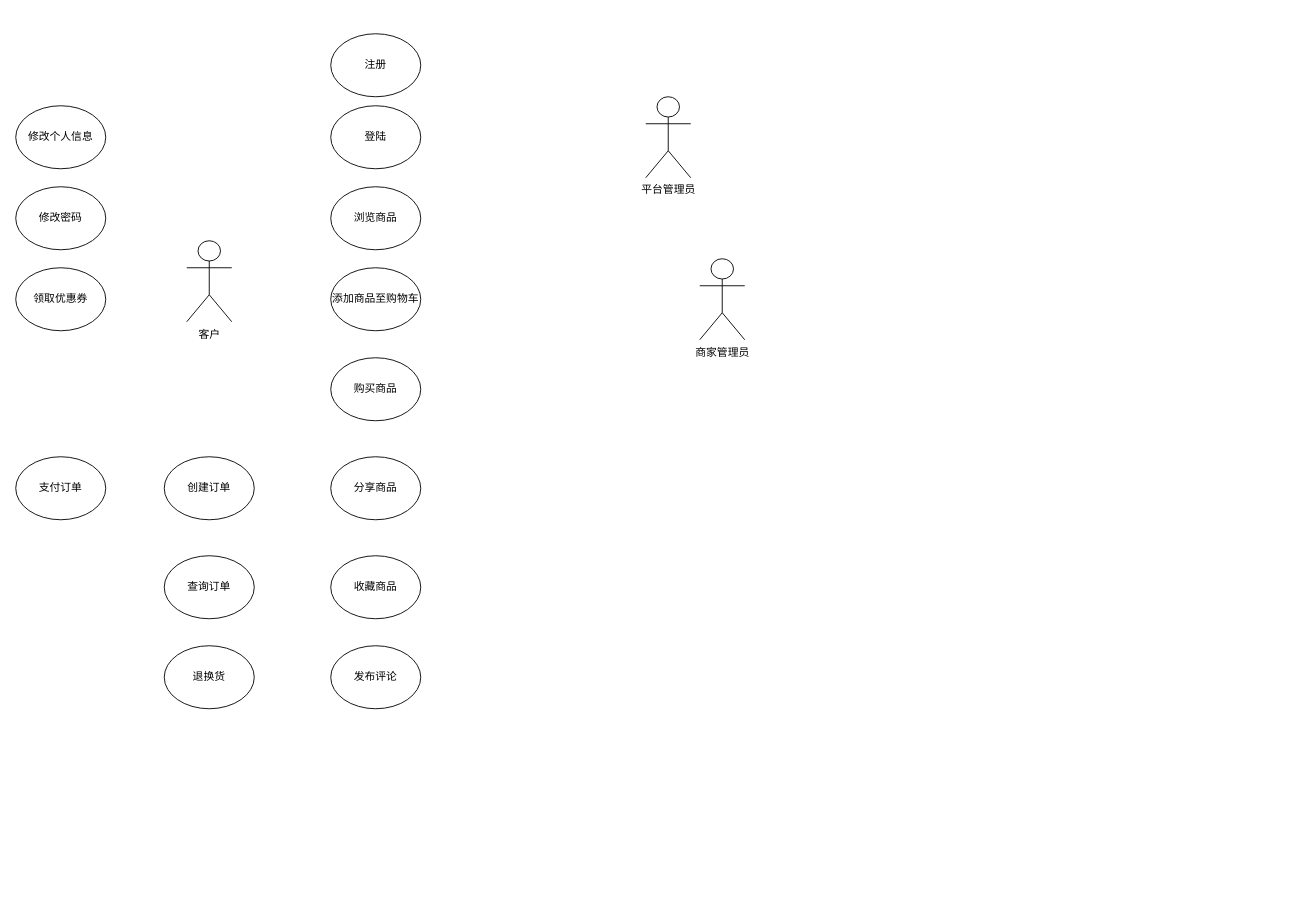
The draw.io diagram using.drawio in jrsmith12138/diagrams, before the edit. Source tidied: cells renumbered, new cells numbered last; positions are measured from the earlier drawing's top-left corner, leaving out a move shared by most shapes. Both pictures are drawn from the tidied source at 90%, with x=0, y=0 at pixel (15, 33).
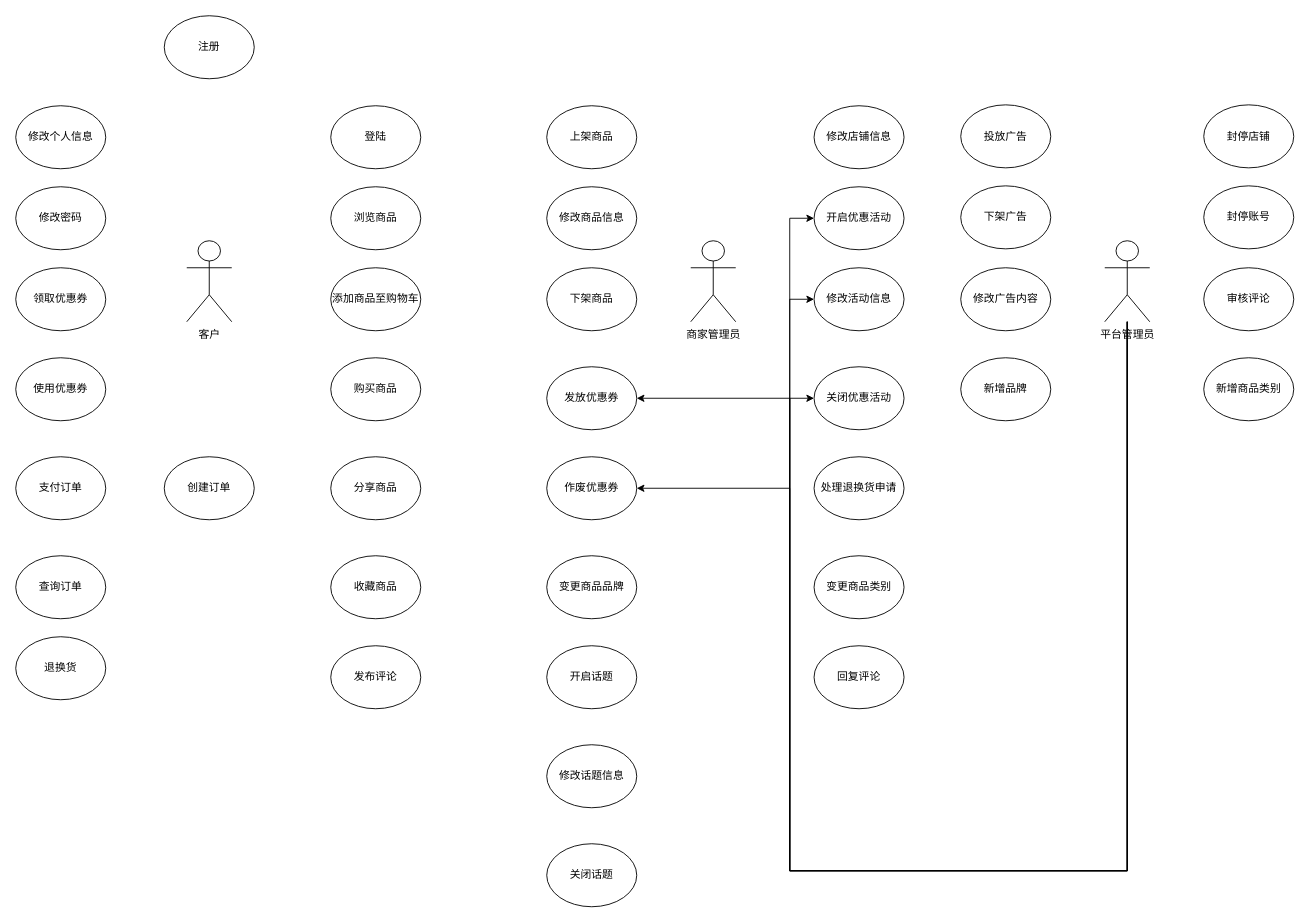
The same page after the edit.

Change to the diagram source:
```diff
@@
     <mxCell id="2" value="商家管理员" style="shape=umlActor;verticalLabelPosition=bottom;verticalAlign=top;html=1;" parent="1" vertex="1">
-      <mxGeometry x="760" y="250" width="50" height="90" as="geometry" />
+      <mxGeometry x="750" y="230" width="50" height="90" as="geometry" />
     </mxCell>
@@
+    <mxCell id="20" style="edgeStyle=orthogonalEdgeStyle;rounded=0;jettySize=auto;html=1;" parent="1" edge="1" source="4" target="29">
+      <mxGeometry relative="1" as="geometry">
+        <Array as="points">
+          <mxPoint x="1235" y="930" />
+          <mxPoint x="860" y="930" />
+          <mxPoint x="860" y="405" />
+        </Array>
+      </mxGeometry>
+    </mxCell>
+    <mxCell id="21" style="edgeStyle=orthogonalEdgeStyle;rounded=0;jettySize=auto;html=1;" parent="1" edge="1" source="4" target="30">
+      <mxGeometry relative="1" as="geometry">
+        <Array as="points">
+          <mxPoint x="1235" y="930" />
+          <mxPoint x="860" y="930" />
+          <mxPoint x="860" y="505" />
+        </Array>
+      </mxGeometry>
+    </mxCell>
+    <mxCell id="22" style="edgeStyle=orthogonalEdgeStyle;rounded=0;jettySize=auto;html=1;" parent="1" edge="1" source="4" target="31">
+      <mxGeometry relative="1" as="geometry">
+        <Array as="points">
+          <mxPoint x="1235" y="930" />
+          <mxPoint x="860" y="930" />
+          <mxPoint x="860" y="205" />
+        </Array>
+      </mxGeometry>
+    </mxCell>
+    <mxCell id="23" style="edgeStyle=orthogonalEdgeStyle;rounded=0;jettySize=auto;html=1;" parent="1" edge="1" source="4" target="34">
+      <mxGeometry relative="1" as="geometry">
+        <Array as="points">
+          <mxPoint x="1235" y="930" />
+          <mxPoint x="860" y="930" />
+          <mxPoint x="860" y="295" />
+        </Array>
+      </mxGeometry>
+    </mxCell>
+    <mxCell id="24" style="edgeStyle=orthogonalEdgeStyle;rounded=0;jettySize=auto;html=1;" parent="1" edge="1" source="4" target="32">
+      <mxGeometry relative="1" as="geometry">
+        <Array as="points">
+          <mxPoint x="1235" y="930" />
+          <mxPoint x="860" y="930" />
+          <mxPoint x="860" y="405" />
+        </Array>
+      </mxGeometry>
+    </mxCell>
     <mxCell id="4" value="平台管理员" style="shape=umlActor;verticalLabelPosition=bottom;verticalAlign=top;html=1;outlineConnect=0;" parent="1" vertex="1">
-      <mxGeometry x="700" y="70" width="50" height="90" as="geometry" />
+      <mxGeometry x="1210" y="230" width="50" height="90" as="geometry" />
     </mxCell>
     <mxCell id="5" value="注册" style="ellipse;whiteSpace=wrap;html=1;" parent="1" vertex="1">
-      <mxGeometry x="350" width="100" height="70" as="geometry" />
+      <mxGeometry x="165" y="-20" width="100" height="70" as="geometry" />
     </mxCell>
@@
     <mxCell id="11" value="查询订单" style="ellipse;whiteSpace=wrap;html=1;" parent="1" vertex="1">
-      <mxGeometry x="165" y="580" width="100" height="70" as="geometry" />
+      <mxGeometry y="580" width="100" height="70" as="geometry" />
     </mxCell>
     <mxCell id="12" value="退换货" style="ellipse;whiteSpace=wrap;html=1;" parent="1" vertex="1">
-      <mxGeometry x="165" y="680" width="100" height="70" as="geometry" />
+      <mxGeometry y="670" width="100" height="70" as="geometry" />
     </mxCell>
@@
+    <mxCell id="25" value="使用优惠券" style="ellipse;whiteSpace=wrap;html=1;" parent="1" vertex="1">
+      <mxGeometry y="360" width="100" height="70" as="geometry" />
+    </mxCell>
+    <mxCell id="26" value="上架商品" style="ellipse;whiteSpace=wrap;html=1;" parent="1" vertex="1">
+      <mxGeometry x="590" y="80" width="100" height="70" as="geometry" />
+    </mxCell>
+    <mxCell id="27" value="修改商品信息" style="ellipse;whiteSpace=wrap;html=1;" parent="1" vertex="1">
+      <mxGeometry x="590" y="170" width="100" height="70" as="geometry" />
+    </mxCell>
+    <mxCell id="28" value="下架商品" style="ellipse;whiteSpace=wrap;html=1;" parent="1" vertex="1">
+      <mxGeometry x="590" y="260" width="100" height="70" as="geometry" />
+    </mxCell>
+    <mxCell id="29" value="发放优惠券" style="ellipse;whiteSpace=wrap;html=1;" parent="1" vertex="1">
+      <mxGeometry x="590" y="370" width="100" height="70" as="geometry" />
+    </mxCell>
+    <mxCell id="30" value="作废优惠券" style="ellipse;whiteSpace=wrap;html=1;" parent="1" vertex="1">
+      <mxGeometry x="590" y="470" width="100" height="70" as="geometry" />
+    </mxCell>
+    <mxCell id="31" value="开启优惠活动" style="ellipse;whiteSpace=wrap;html=1;" parent="1" vertex="1">
+      <mxGeometry x="887" y="170" width="100" height="70" as="geometry" />
+    </mxCell>
+    <mxCell id="32" value="关闭优惠活动" style="ellipse;whiteSpace=wrap;html=1;" parent="1" vertex="1">
+      <mxGeometry x="887" y="370" width="100" height="70" as="geometry" />
+    </mxCell>
+    <mxCell id="33" value="修改店铺信息" style="ellipse;whiteSpace=wrap;html=1;" parent="1" vertex="1">
+      <mxGeometry x="887" y="80" width="100" height="70" as="geometry" />
+    </mxCell>
+    <mxCell id="34" value="修改活动信息" style="ellipse;whiteSpace=wrap;html=1;" parent="1" vertex="1">
+      <mxGeometry x="887" y="260" width="100" height="70" as="geometry" />
+    </mxCell>
+    <mxCell id="35" value="处理退换货申请" style="ellipse;whiteSpace=wrap;html=1;" parent="1" vertex="1">
+      <mxGeometry x="887" y="470" width="100" height="70" as="geometry" />
+    </mxCell>
+    <mxCell id="36" value="封停店铺" style="ellipse;whiteSpace=wrap;html=1;" parent="1" vertex="1">
+      <mxGeometry x="1320" y="79" width="100" height="70" as="geometry" />
+    </mxCell>
+    <mxCell id="37" value="封停账号" style="ellipse;whiteSpace=wrap;html=1;" parent="1" vertex="1">
+      <mxGeometry x="1320" y="169" width="100" height="70" as="geometry" />
+    </mxCell>
+    <mxCell id="38" value="审核评论" style="ellipse;whiteSpace=wrap;html=1;" parent="1" vertex="1">
+      <mxGeometry x="1320" y="260" width="100" height="70" as="geometry" />
+    </mxCell>
+    <mxCell id="39" value="新增商品类别" style="ellipse;whiteSpace=wrap;html=1;" parent="1" vertex="1">
+      <mxGeometry x="1320" y="360" width="100" height="70" as="geometry" />
+    </mxCell>
+    <mxCell id="40" value="变更商品类别" style="ellipse;whiteSpace=wrap;html=1;" parent="1" vertex="1">
+      <mxGeometry x="887" y="580" width="100" height="70" as="geometry" />
+    </mxCell>
+    <mxCell id="41" value="新增品牌" style="ellipse;whiteSpace=wrap;html=1;" parent="1" vertex="1">
+      <mxGeometry x="1050" y="360" width="100" height="70" as="geometry" />
+    </mxCell>
+    <mxCell id="42" value="变更商品品牌" style="ellipse;whiteSpace=wrap;html=1;" parent="1" vertex="1">
+      <mxGeometry x="590" y="580" width="100" height="70" as="geometry" />
+    </mxCell>
+    <mxCell id="43" value="投放广告" style="ellipse;whiteSpace=wrap;html=1;" parent="1" vertex="1">
+      <mxGeometry x="1050" y="79" width="100" height="70" as="geometry" />
+    </mxCell>
+    <mxCell id="44" value="修改广告内容" style="ellipse;whiteSpace=wrap;html=1;" parent="1" vertex="1">
+      <mxGeometry x="1050" y="260" width="100" height="70" as="geometry" />
+    </mxCell>
+    <mxCell id="45" value="下架广告" style="ellipse;whiteSpace=wrap;html=1;" parent="1" vertex="1">
+      <mxGeometry x="1050" y="169" width="100" height="70" as="geometry" />
+    </mxCell>
+    <mxCell id="46" value="开启话题" style="ellipse;whiteSpace=wrap;html=1;" parent="1" vertex="1">
+      <mxGeometry x="590" y="680" width="100" height="70" as="geometry" />
+    </mxCell>
+    <mxCell id="47" value="修改话题信息" style="ellipse;whiteSpace=wrap;html=1;" parent="1" vertex="1">
+      <mxGeometry x="590" y="790" width="100" height="70" as="geometry" />
+    </mxCell>
+    <mxCell id="48" value="关闭话题" style="ellipse;whiteSpace=wrap;html=1;" parent="1" vertex="1">
+      <mxGeometry x="590" y="900" width="100" height="70" as="geometry" />
+    </mxCell>
+    <mxCell id="49" value="回复评论" style="ellipse;whiteSpace=wrap;html=1;" parent="1" vertex="1">
+      <mxGeometry x="887" y="680" width="100" height="70" as="geometry" />
+    </mxCell>
```
